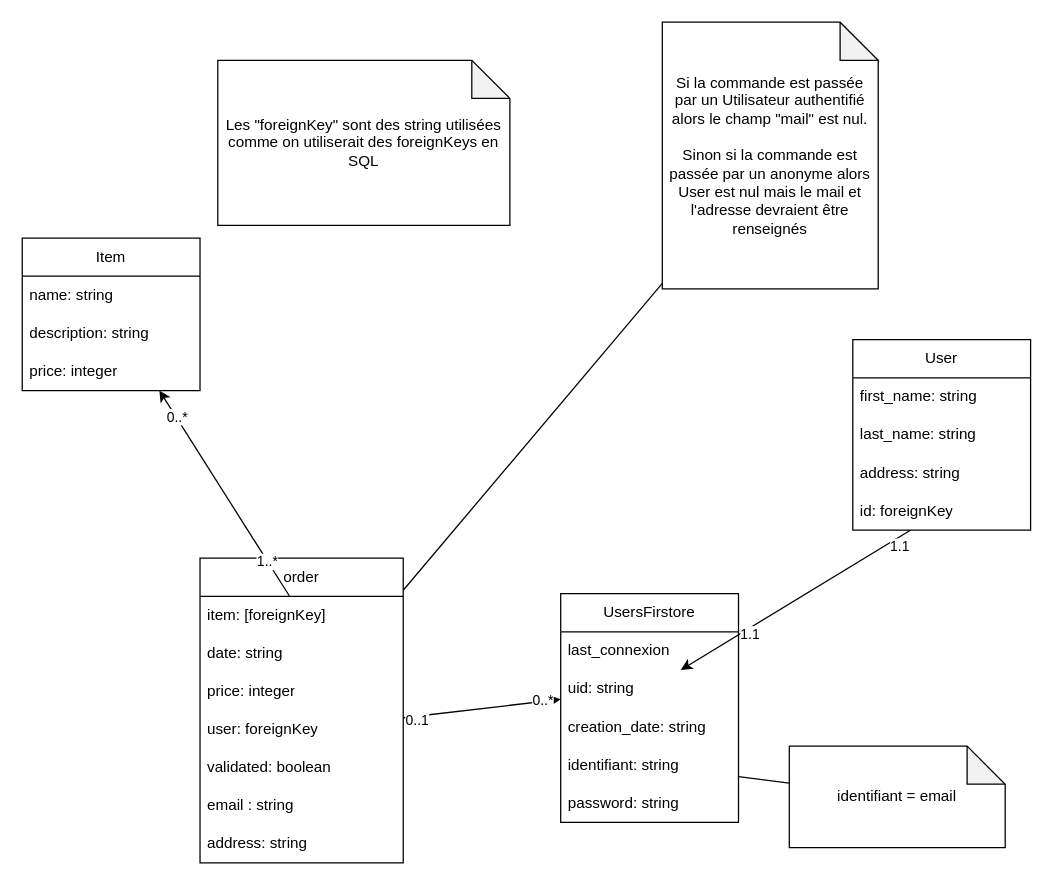
Above: mdd.drawio in LouisMaupas/ecom (draw.io), before the change. Source tidied: cells renumbered, new cells numbered last; positions are measured from the earlier drawing's top-left corner, leaving out a move shared by most shapes. Both pictures are drawn from the tidied source at 127%, with x=0, y=0 at pixel (22, 22).
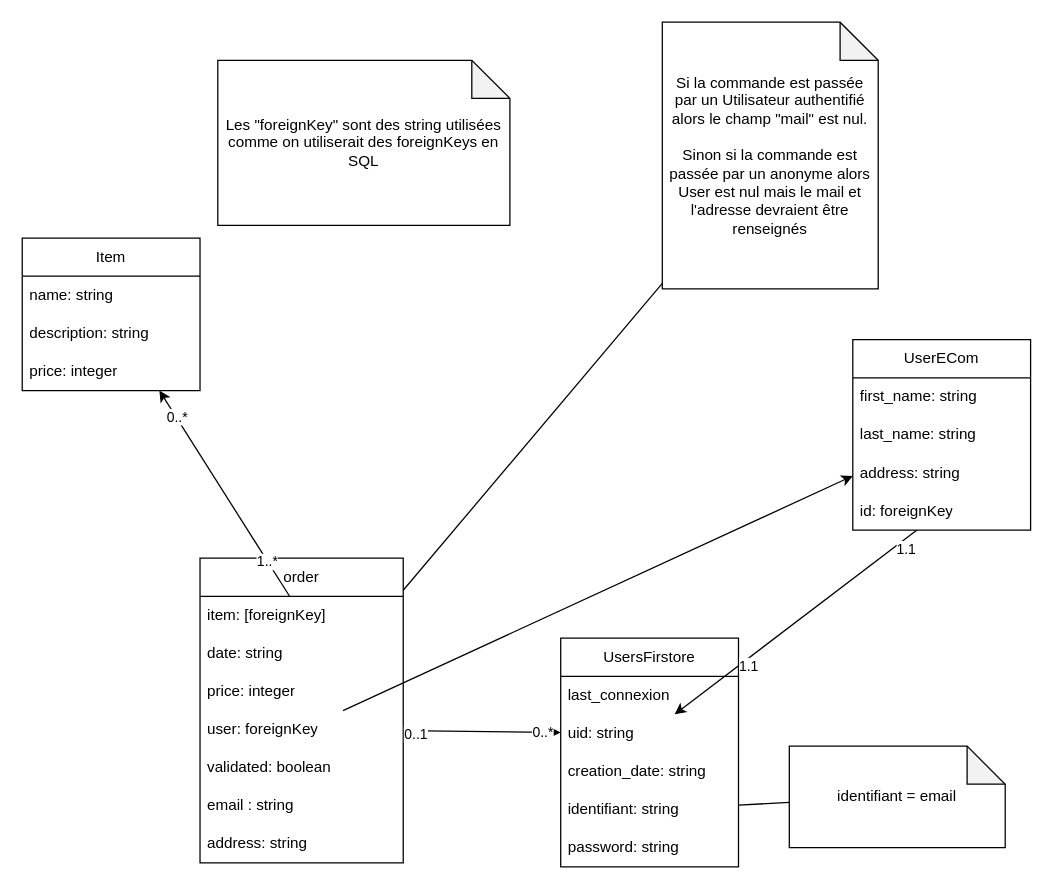
After the change.

Unchanged cells that the change refers to:
```xml
<mxCell id="15" value="user: foreignKey" style="text;strokeColor=none;fillColor=none;align=left;verticalAlign=middle;spacingLeft=4;spacingRight=4;overflow=hidden;points=[[0,0.5],[1,0.5]];portConstraint=eastwest;whiteSpace=wrap;html=1;" parent="11" vertex="1">
  <mxGeometry y="120" width="160" height="30" as="geometry" />
</mxCell>
```

Diff of the diagram source:
```diff
@@
-    <mxCell id="6" value="User" style="swimlane;fontStyle=0;horizontal=1;startSize=30;whiteSpace=wrap;html=1;" parent="1" vertex="1">
+    <mxCell id="6" value="UserECom" style="swimlane;fontStyle=0;horizontal=1;startSize=30;whiteSpace=wrap;html=1;" parent="1" vertex="1">
       <mxGeometry x="654" y="250" width="140" height="150" as="geometry" />
     </mxCell>
@@
     <mxCell id="27" value="UsersFirstore" style="swimlane;fontStyle=0;horizontal=1;startSize=30;whiteSpace=wrap;html=1;" parent="1" vertex="1">
-      <mxGeometry x="424" y="450" width="140" height="180" as="geometry" />
+      <mxGeometry x="424" y="485" width="140" height="180" as="geometry" />
     </mxCell>
@@
+    <mxCell id="39" style="endArrow=classic;html=1;rounded=0;" parent="1" edge="1" source="15" target="6">
+      <mxGeometry relative="1" as="geometry" />
+    </mxCell>
```
